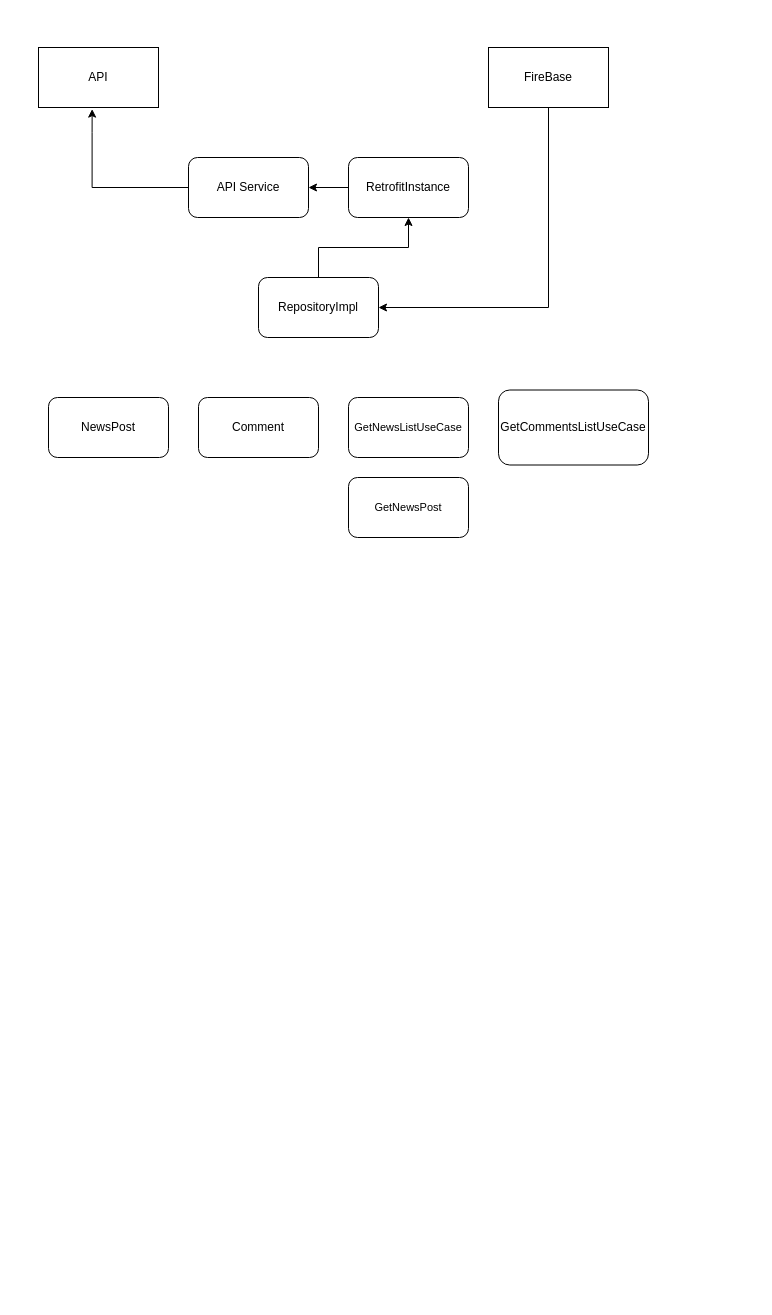
Earlier version of the draw.io diagram Диаграмма без названия.drawio (Kiparisov/GitTest). Source tidied: cells renumbered, new cells numbered last; positions are measured from the earlier drawing's top-left corner, leaving out a move shared by most shapes. Both pictures are drawn from the tidied source at 100%, with x=0, y=0 at pixel (38, 47).
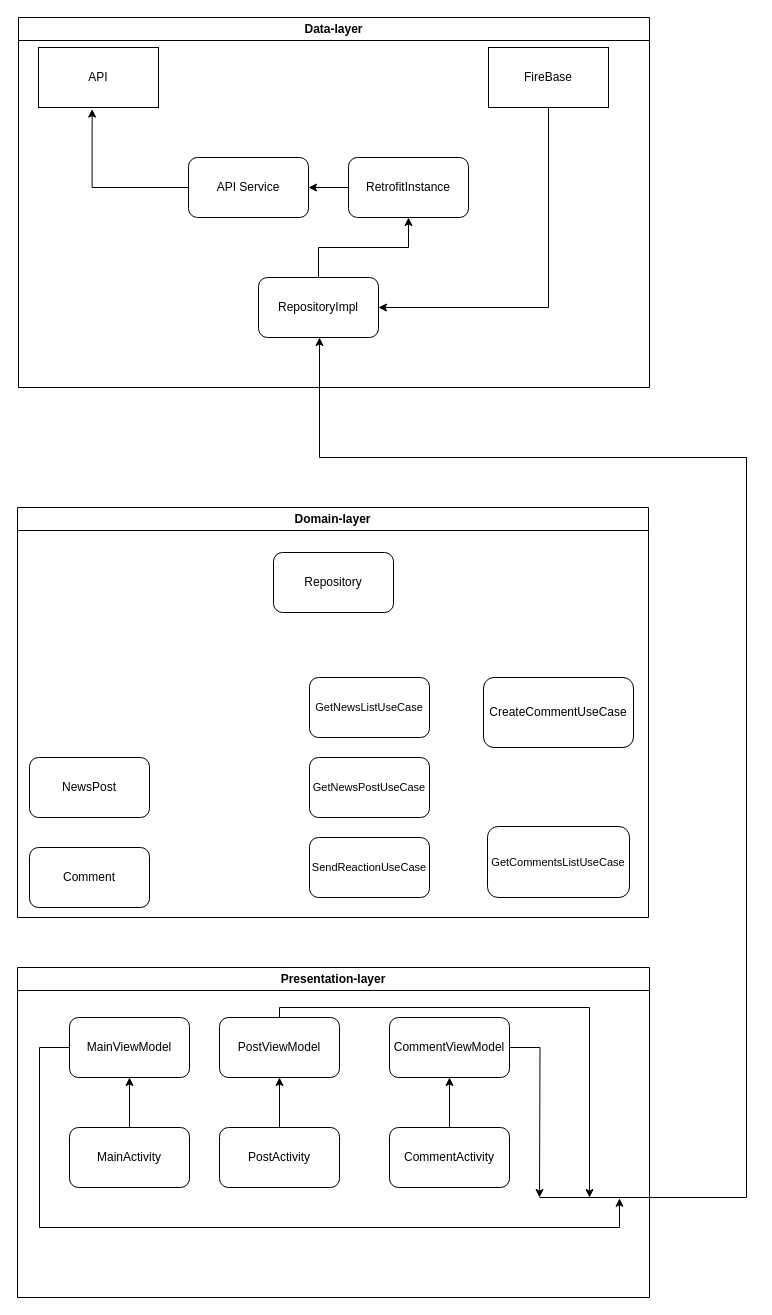
The same page after the edit.

Change to the diagram source:
```diff
@@
+    <mxCell id="16" value="Domain-layer" style="swimlane;whiteSpace=wrap;html=1;" parent="1" vertex="1">
+      <mxGeometry x="-21" y="460" width="631" height="410" as="geometry" />
+    </mxCell>
-    <mxCell id="11" value="NewsPost" style="rounded=1;whiteSpace=wrap;html=1;" parent="1" vertex="1">
-      <mxGeometry x="10" y="350" width="120" height="60" as="geometry" />
+    <mxCell id="11" value="NewsPost" style="rounded=1;whiteSpace=wrap;html=1;" parent="16" vertex="1">
+      <mxGeometry x="12" y="250" width="120" height="60" as="geometry" />
     </mxCell>
-    <mxCell id="12" value="Comment" style="rounded=1;whiteSpace=wrap;html=1;" parent="1" vertex="1">
-      <mxGeometry x="160" y="350" width="120" height="60" as="geometry" />
+    <mxCell id="12" value="Comment" style="rounded=1;whiteSpace=wrap;html=1;" parent="16" vertex="1">
+      <mxGeometry x="12" y="340" width="120" height="60" as="geometry" />
     </mxCell>
-    <mxCell id="13" value="&lt;font style=&quot;font-size: 11px;&quot;&gt;GetNewsListUseCase&lt;/font&gt;" style="rounded=1;whiteSpace=wrap;html=1;" parent="1" vertex="1">
-      <mxGeometry x="310" y="350" width="120" height="60" as="geometry" />
+    <mxCell id="13" value="&lt;font style=&quot;font-size: 11px;&quot;&gt;GetNewsListUseCase&lt;/font&gt;" style="rounded=1;whiteSpace=wrap;html=1;" parent="16" vertex="1">
+      <mxGeometry x="292" y="170" width="120" height="60" as="geometry" />
     </mxCell>
+    <mxCell id="15" value="&lt;font style=&quot;font-size: 11px;&quot;&gt;GetNewsPostUseCase&lt;/font&gt;" style="rounded=1;whiteSpace=wrap;html=1;" parent="16" vertex="1">
+      <mxGeometry x="292" y="250" width="120" height="60" as="geometry" />
+    </mxCell>
-    <mxCell id="14" value="&lt;font style=&quot;font-size: 12px;&quot;&gt;GetCommentsListUseCase&lt;/font&gt;" style="rounded=1;whiteSpace=wrap;html=1;" parent="1" vertex="1">
-      <mxGeometry x="460" y="342.5" width="150" height="75" as="geometry" />
+    <mxCell id="14" value="&lt;font style=&quot;font-size: 11px;&quot;&gt;GetCommentsListUseCase&lt;/font&gt;" style="rounded=1;whiteSpace=wrap;html=1;" parent="16" vertex="1">
+      <mxGeometry x="470" y="319" width="142" height="71" as="geometry" />
     </mxCell>
-    <mxCell id="15" value="&lt;font style=&quot;font-size: 11px;&quot;&gt;GetNewsPost&lt;/font&gt;" style="rounded=1;whiteSpace=wrap;html=1;" parent="1" vertex="1">
-      <mxGeometry x="310" y="430" width="120" height="60" as="geometry" />
-    </mxCell>
+    <mxCell id="17" value="&lt;font style=&quot;font-size: 12px;&quot;&gt;CreateCommentUseCase&lt;/font&gt;" style="rounded=1;whiteSpace=wrap;html=1;" parent="16" vertex="1">
+      <mxGeometry x="466" y="170" width="150" height="70" as="geometry" />
+    </mxCell>
+    <mxCell id="18" value="&lt;span style=&quot;font-size: 11px;&quot;&gt;SendReactionUseCase&lt;/span&gt;" style="rounded=1;whiteSpace=wrap;html=1;" parent="16" vertex="1">
+      <mxGeometry x="292" y="330" width="120" height="60" as="geometry" />
+    </mxCell>
+    <mxCell id="19" value="Repository" style="rounded=1;whiteSpace=wrap;html=1;" parent="16" vertex="1">
+      <mxGeometry x="256" y="45" width="120" height="60" as="geometry" />
+    </mxCell>
+    <mxCell id="20" value="Data-layer" style="swimlane;whiteSpace=wrap;html=1;startSize=23;" parent="1" vertex="1">
+      <mxGeometry x="-20" y="-30" width="631" height="370" as="geometry" />
+    </mxCell>
+    <mxCell id="21" style="edgeStyle=orthogonalEdgeStyle;rounded=0;orthogonalLoop=1;jettySize=auto;html=1;" parent="1" edge="1">
+      <mxGeometry relative="1" as="geometry">
+        <mxPoint x="501" y="1150" as="sourcePoint" />
+        <mxPoint x="281" y="290" as="targetPoint" />
+        <Array as="points">
+          <mxPoint x="708" y="1150" />
+          <mxPoint x="708" y="410" />
+        </Array>
+      </mxGeometry>
+    </mxCell>
+    <mxCell id="22" value="Presentation-layer" style="swimlane;whiteSpace=wrap;html=1;" parent="1" vertex="1">
+      <mxGeometry x="-21" y="920" width="632" height="330" as="geometry" />
+    </mxCell>
+    <mxCell id="23" style="edgeStyle=orthogonalEdgeStyle;rounded=0;jettySize=auto;html=1;" parent="22" edge="1" source="24" target="26">
+      <mxGeometry relative="1" as="geometry" />
+    </mxCell>
+    <mxCell id="24" value="MainActivity" style="rounded=1;whiteSpace=wrap;html=1;" parent="22" vertex="1">
+      <mxGeometry x="52" y="160" width="120" height="60" as="geometry" />
+    </mxCell>
+    <mxCell id="25" style="edgeStyle=orthogonalEdgeStyle;rounded=0;jettySize=auto;html=1;exitX=0;exitY=0.5;exitDx=0;exitDy=0;" parent="22" edge="1" source="26">
+      <mxGeometry relative="1" as="geometry">
+        <mxPoint x="602" y="230.8" as="targetPoint" />
+        <Array as="points">
+          <mxPoint x="22" y="80" />
+          <mxPoint x="22" y="260" />
+          <mxPoint x="602" y="260" />
+        </Array>
+      </mxGeometry>
+    </mxCell>
+    <mxCell id="26" value="MainViewModel" style="rounded=1;whiteSpace=wrap;html=1;" parent="22" vertex="1">
+      <mxGeometry x="52" y="50" width="120" height="60" as="geometry" />
+    </mxCell>
+    <mxCell id="27" style="edgeStyle=orthogonalEdgeStyle;rounded=0;jettySize=auto;html=1;" parent="22" edge="1" source="28" target="30">
+      <mxGeometry relative="1" as="geometry" />
+    </mxCell>
+    <mxCell id="28" value="PostActivity" style="rounded=1;whiteSpace=wrap;html=1;" parent="22" vertex="1">
+      <mxGeometry x="202" y="160" width="120" height="60" as="geometry" />
+    </mxCell>
+    <mxCell id="29" style="edgeStyle=orthogonalEdgeStyle;rounded=0;jettySize=auto;html=1;" parent="22" edge="1" source="30">
+      <mxGeometry relative="1" as="geometry">
+        <mxPoint x="572" y="230" as="targetPoint" />
+        <Array as="points">
+          <mxPoint x="262" y="40" />
+          <mxPoint x="572" y="40" />
+        </Array>
+      </mxGeometry>
+    </mxCell>
+    <mxCell id="30" value="PostViewModel" style="rounded=1;whiteSpace=wrap;html=1;" parent="22" vertex="1">
+      <mxGeometry x="202" y="50" width="120" height="60" as="geometry" />
+    </mxCell>
+    <mxCell id="31" style="edgeStyle=orthogonalEdgeStyle;rounded=0;jettySize=auto;html=1;" parent="22" edge="1" source="32">
+      <mxGeometry relative="1" as="geometry">
+        <mxPoint x="522" y="230" as="targetPoint" />
+      </mxGeometry>
+    </mxCell>
+    <mxCell id="32" value="CommentViewModel" style="rounded=1;whiteSpace=wrap;html=1;" parent="22" vertex="1">
+      <mxGeometry x="372" y="50" width="120" height="60" as="geometry" />
+    </mxCell>
+    <mxCell id="33" style="edgeStyle=orthogonalEdgeStyle;rounded=0;jettySize=auto;html=1;" parent="22" edge="1" source="34" target="32">
+      <mxGeometry relative="1" as="geometry" />
+    </mxCell>
+    <mxCell id="34" value="CommentActivity" style="rounded=1;whiteSpace=wrap;html=1;" parent="22" vertex="1">
+      <mxGeometry x="372" y="160" width="120" height="60" as="geometry" />
+    </mxCell>
```
